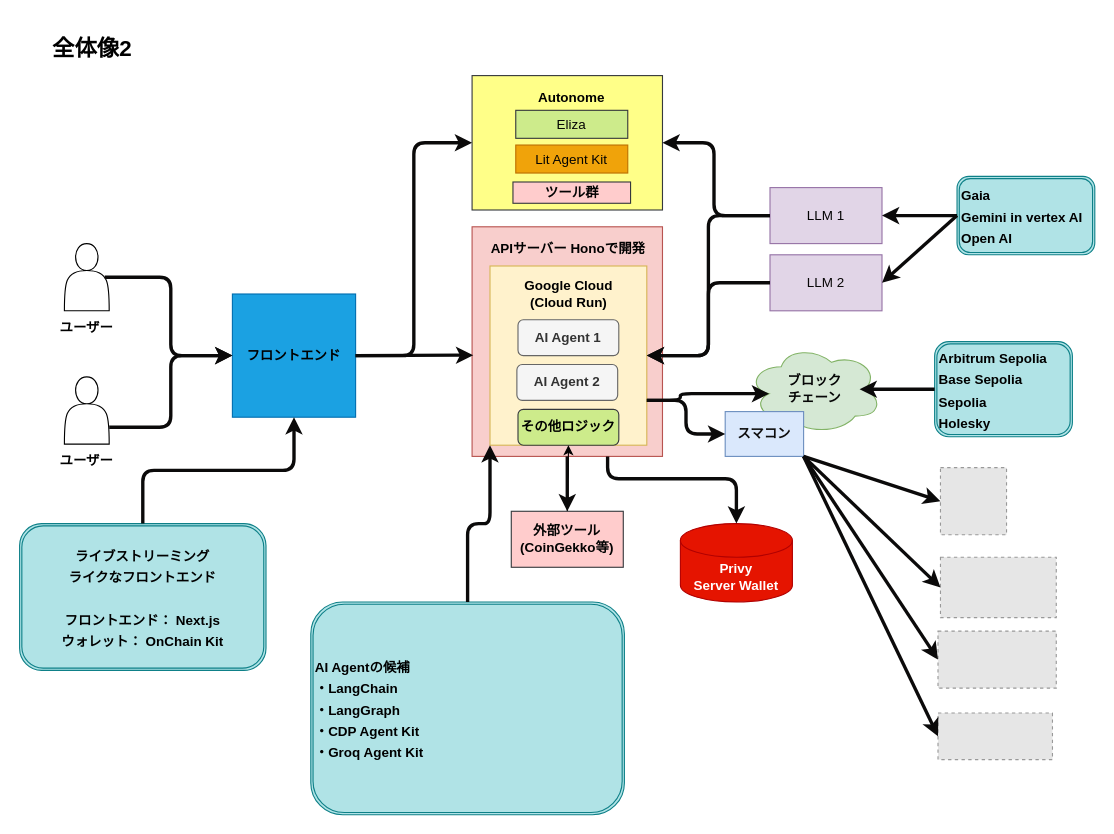
Earlier version of the draw.io diagram page "Page-1" (1 of 2) of docs/architecture.drawio (mashharuki/GoogleAIAgentHackathon2024). Source tidied: cells renumbered, new cells numbered last; positions are measured from the earlier drawing's top-left corner, leaving out a move shared by most shapes. Both pictures are drawn from the tidied source at 112%, with x=0, y=0 at pixel (19, 19). Pictures stored in the file or linked from it are replaced by grey dashed boxes.
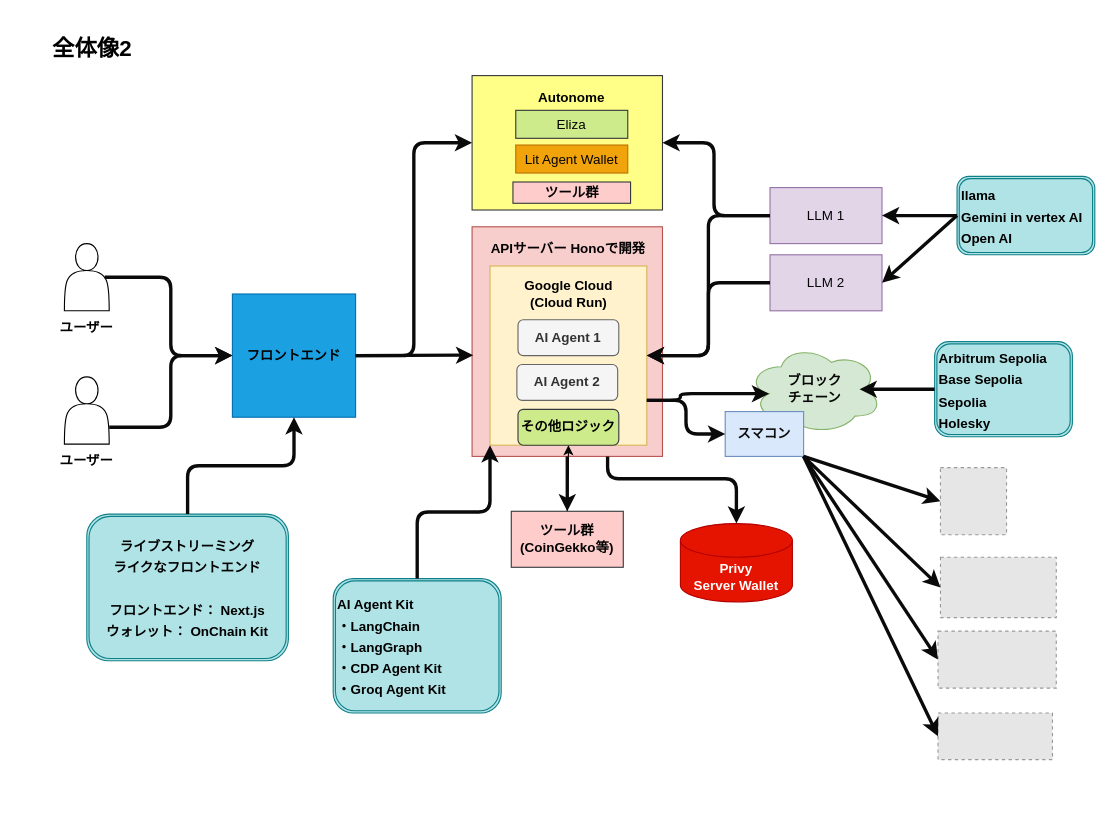
After the change.

Commit message:
Update code structure for improved maintainability

What changed in the source:
```diff
@@
     <mxCell id="22" value="&lt;font style=&quot;font-size: 12px;&quot;&gt;ライブストリーミング&lt;br&gt;ライクなフロントエンド&lt;br&gt;&lt;br&gt;フロントエンド： Next.js&lt;br&gt;ウォレット： OnChain Kit&lt;br&gt;&lt;/font&gt;" style="shape=ext;double=1;rounded=1;whiteSpace=wrap;html=1;fontSize=16;fillColor=#b0e3e6;strokeColor=#0e8088;fontColor=#000000;fontStyle=1;" parent="1" vertex="1">
-      <mxGeometry y="450" width="220" height="131" as="geometry" />
+      <mxGeometry x="60" y="441.5" width="180" height="131" as="geometry" />
     </mxCell>
@@
-    <mxCell id="29" value="&lt;font color=&quot;#030303&quot;&gt;&lt;b&gt;外部ツール&lt;br&gt;(CoinGekko等)&lt;br&gt;&lt;/b&gt;&lt;/font&gt;" style="rounded=0;whiteSpace=wrap;html=1;fillColor=#ffcccc;strokeColor=#36393d;" parent="1" vertex="1">
+    <mxCell id="29" value="&lt;font color=&quot;#030303&quot;&gt;&lt;b&gt;ツール群&lt;br&gt;(CoinGekko等)&lt;br&gt;&lt;/b&gt;&lt;/font&gt;" style="rounded=0;whiteSpace=wrap;html=1;fillColor=#ffcccc;strokeColor=#36393d;" parent="1" vertex="1">
       <mxGeometry x="439" y="439" width="100" height="50" as="geometry" />
     </mxCell>
@@
-    <mxCell id="31" value="&lt;span style=&quot;font-size: 12px;&quot;&gt;AI Agentの候補&lt;br&gt;・LangChain&lt;br&gt;・LangGraph&lt;br&gt;・CDP Agent Kit&lt;br&gt;・Groq Agent Kit&lt;br&gt;&lt;/span&gt;" style="shape=ext;double=1;rounded=1;whiteSpace=wrap;html=1;fontSize=16;fillColor=#b0e3e6;strokeColor=#0e8088;fontColor=#000000;fontStyle=1;align=left;" parent="1" vertex="1">
-      <mxGeometry x="260" y="520" width="280" height="190" as="geometry" />
+    <mxCell id="31" value="&lt;span style=&quot;font-size: 12px;&quot;&gt;AI Agent Kit&lt;br&gt;・LangChain&lt;br&gt;・LangGraph&lt;br&gt;・CDP Agent Kit&lt;br&gt;・Groq Agent Kit&lt;br&gt;&lt;/span&gt;" style="shape=ext;double=1;rounded=1;whiteSpace=wrap;html=1;fontSize=16;fillColor=#b0e3e6;strokeColor=#0e8088;fontColor=#000000;fontStyle=1;align=left;" parent="1" vertex="1">
+      <mxGeometry x="280" y="499.1" width="150" height="120" as="geometry" />
     </mxCell>
@@
-    <mxCell id="33" value="&lt;span style=&quot;font-size: 12px;&quot;&gt;Gaia&amp;nbsp;&lt;br&gt;Gemini in vertex AI&lt;br&gt;Open AI&lt;br&gt;&lt;/span&gt;" style="shape=ext;double=1;rounded=1;whiteSpace=wrap;html=1;fontSize=16;fillColor=#b0e3e6;strokeColor=#0e8088;fontColor=#000000;fontStyle=1;align=left;" parent="1" vertex="1">
+    <mxCell id="33" value="&lt;span style=&quot;font-size: 12px;&quot;&gt;llama&lt;br&gt;Gemini in vertex AI&lt;br&gt;Open AI&lt;br&gt;&lt;/span&gt;" style="shape=ext;double=1;rounded=1;whiteSpace=wrap;html=1;fontSize=16;fillColor=#b0e3e6;strokeColor=#0e8088;fontColor=#000000;fontStyle=1;align=left;" parent="1" vertex="1">
       <mxGeometry x="837" y="140" width="123" height="70" as="geometry" />
     </mxCell>
@@
-    <mxCell id="44" value="&lt;font color=&quot;#030303&quot;&gt;Lit Agent Kit&lt;/font&gt;" style="rounded=0;whiteSpace=wrap;html=1;fillColor=#f0a30a;strokeColor=#BD7000;fontColor=#000000;" parent="1" vertex="1">
+    <mxCell id="44" value="&lt;font color=&quot;#030303&quot;&gt;Lit Agent Wallet&lt;/font&gt;" style="rounded=0;whiteSpace=wrap;html=1;fillColor=#f0a30a;strokeColor=#BD7000;fontColor=#000000;" parent="1" vertex="1">
       <mxGeometry x="443" y="112" width="100" height="25" as="geometry" />
     </mxCell>
```
